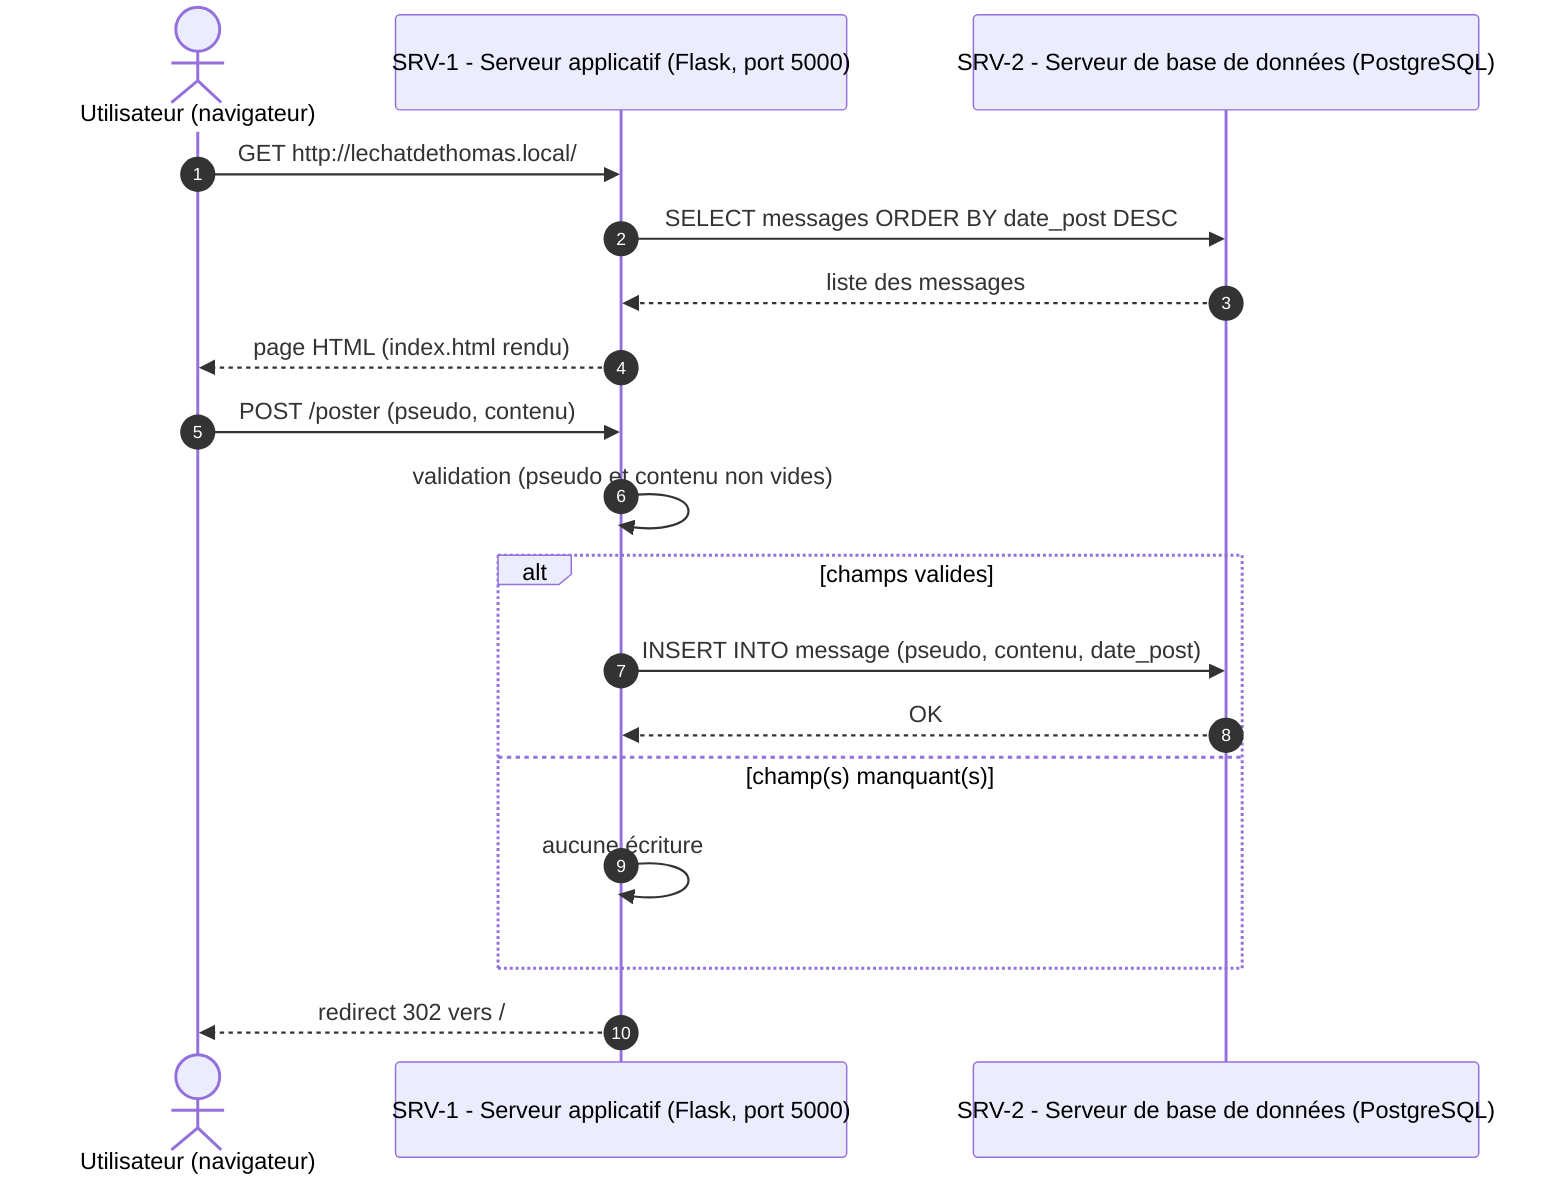
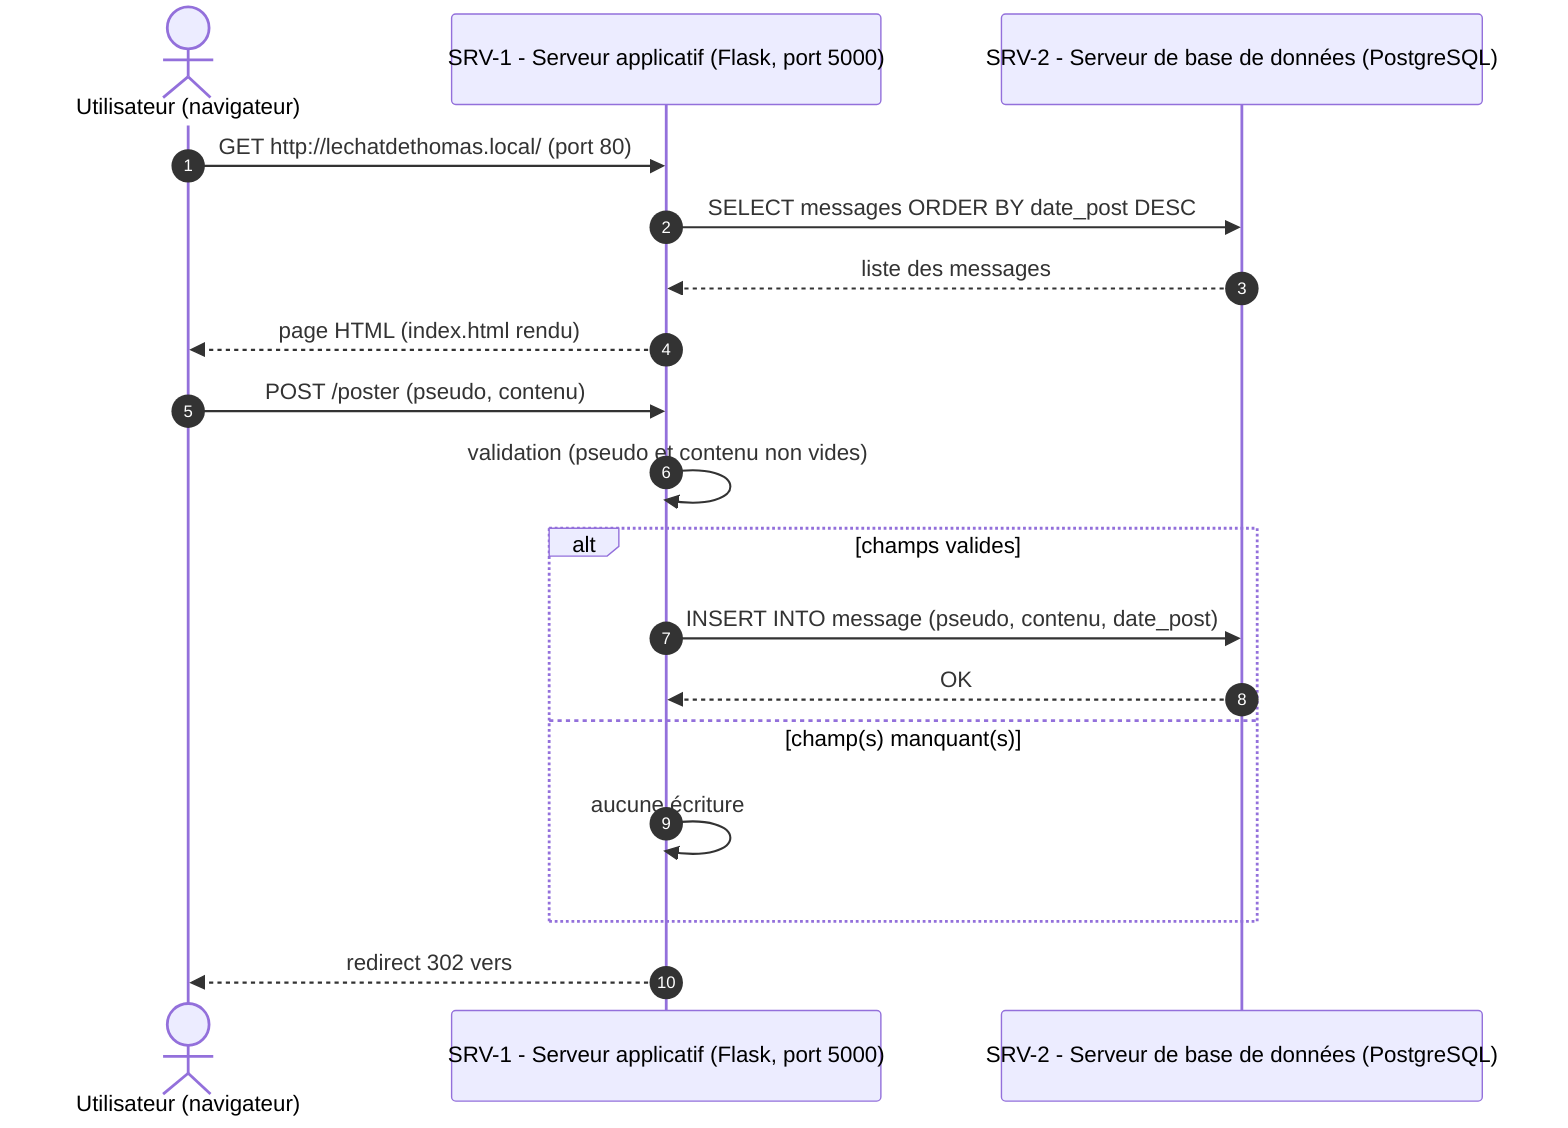
sequenceDiagram
    autonumber
    actor U as Utilisateur (navigateur)
    participant SRV1 as SRV-1 - Serveur applicatif (Flask, port 5000)
    participant SRV2 as SRV-2 - Serveur de base de données (PostgreSQL)

-     U->>SRV1: GET http://lechatdethomas.local/
+     U->>SRV1: GET http://lechatdethomas.local/ (port 80)
    SRV1->>SRV2: SELECT messages ORDER BY date_post DESC
    SRV2-->>SRV1: liste des messages
    SRV1-->>U: page HTML (index.html rendu)

    U->>SRV1: POST /poster (pseudo, contenu)
    SRV1->>SRV1: validation (pseudo et contenu non vides)
    alt champs valides
        SRV1->>SRV2: INSERT INTO message (pseudo, contenu, date_post)
        SRV2-->>SRV1: OK
    else champ(s) manquant(s)
        SRV1->>SRV1: aucune écriture
    end
-     SRV1-->>U: redirect 302 vers /
+     SRV1-->>U: redirect 302 vers
